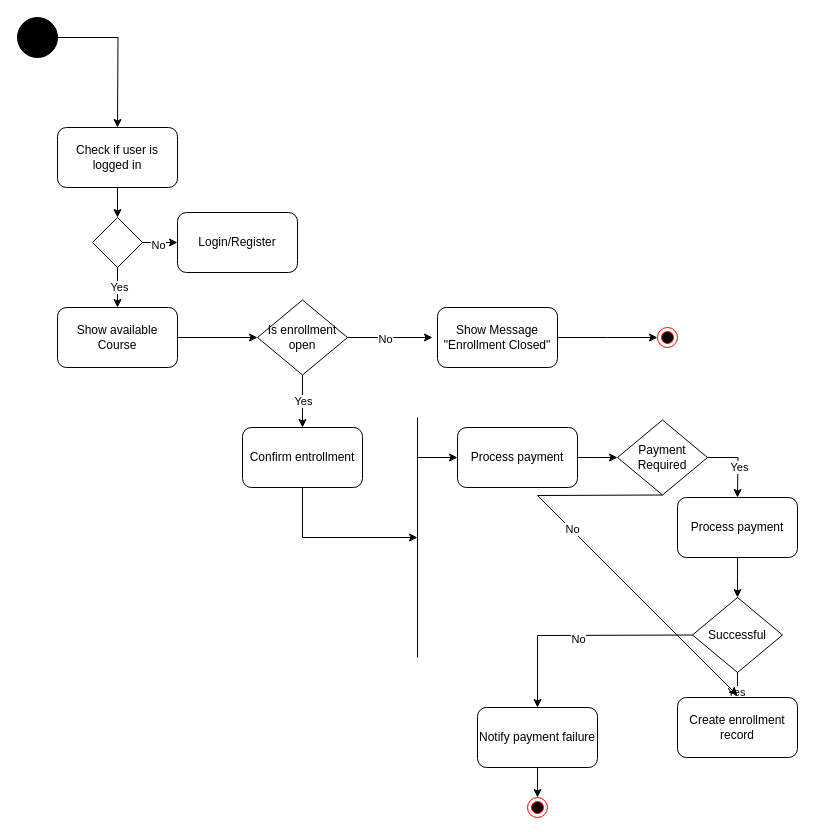
This is lab 6/Source files/Activitydiagram.drawio from Youssufathalla/Programming-2, a draw.io file, before an edit. Source tidied: cells renumbered, new cells numbered last; positions are measured from the earlier drawing's top-left corner, leaving out a move shared by most shapes. Both pictures are drawn from the tidied source at 100%, with x=0, y=0 at pixel (17, 17).
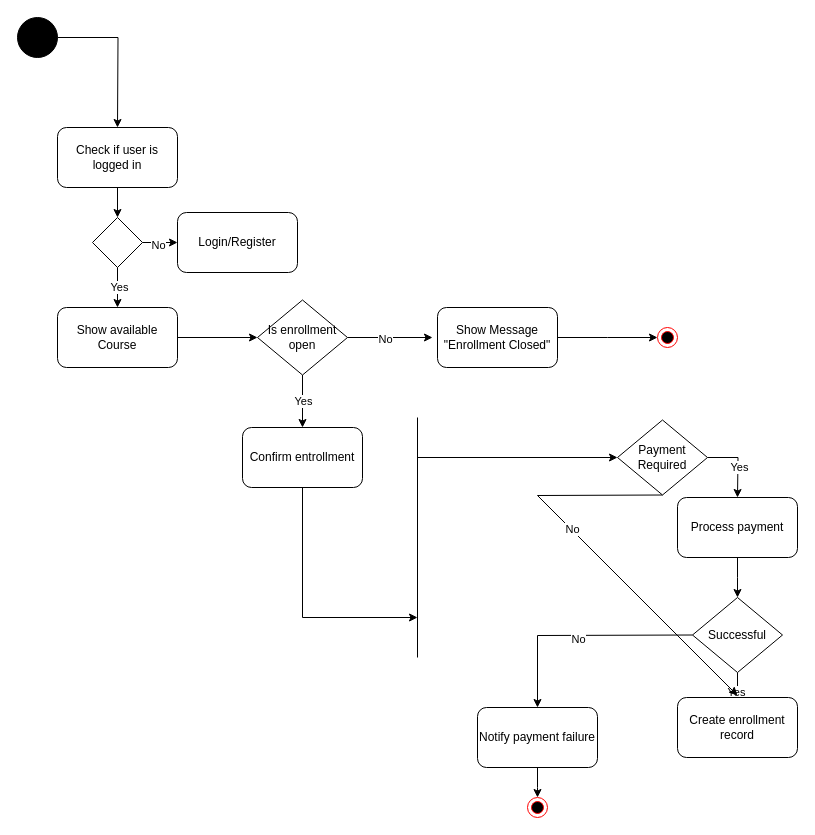
After the change.

The change refers to these unchanged cells:
```xml
<mxCell id="22" value="Confirm entrollment" style="rounded=1;whiteSpace=wrap;html=1;" parent="1" vertex="1">
  <mxGeometry x="225" y="410" width="120" height="60" as="geometry" />
</mxCell>
```

What changed in the source:
```diff
@@
     <mxCell id="23" style="endArrow=classic;html=1;rounded=0;exitX=0.5;exitY=1;exitDx=0;exitDy=0;" parent="1" edge="1" source="22">
       <mxGeometry relative="1" as="geometry">
-        <mxPoint x="400" y="520" as="targetPoint" />
+        <mxPoint x="400" y="600" as="targetPoint" />
         <Array as="points">
-          <mxPoint x="285" y="520" />
+          <mxPoint x="285" y="600" />
         </Array>
       </mxGeometry>
     </mxCell>
@@
-    <mxCell id="25" style="endArrow=classic;html=1;rounded=0;" parent="1" edge="1">
-      <mxGeometry relative="1" as="geometry">
-        <mxPoint x="400" y="440" as="sourcePoint" />
-        <mxPoint x="440" y="440" as="targetPoint" />
-      </mxGeometry>
-    </mxCell>
-    <mxCell id="26" style="edgeStyle=orthogonalEdgeStyle;rounded=0;jettySize=auto;html=1;" parent="1" edge="1" source="27">
+    <mxCell id="26" style="edgeStyle=orthogonalEdgeStyle;rounded=0;orthogonalLoop=1;jettySize=auto;html=1;" parent="1" edge="1">
       <mxGeometry relative="1" as="geometry">
+        <mxPoint x="400" y="440" as="sourcePoint" />
         <mxPoint x="600" y="440" as="targetPoint" />
       </mxGeometry>
     </mxCell>
-    <mxCell id="27" value="Process payment" style="rounded=1;whiteSpace=wrap;html=1;" parent="1" vertex="1">
-      <mxGeometry x="440" y="410" width="120" height="60" as="geometry" />
-    </mxCell>
```
